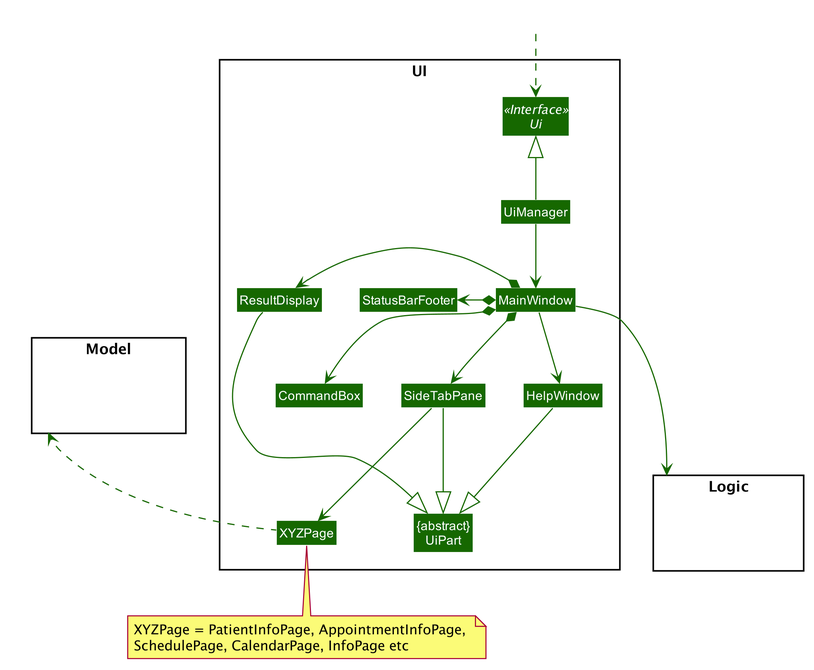
Earlier version of the PlantUML export docs/images/UiClassDiagram.png (thutahw/tp). The source it was exported from:
```plantuml
@startuml








skinparam BackgroundColor #FFFFFFF

skinparam Shadowing false

skinparam Class {
    FontColor #FFFFFF
    BorderThickness 1
    BorderColor #FFFFFF
    StereotypeFontColor #FFFFFF
    FontName Arial
}

skinparam Actor {
    BorderColor #000000
    Color #000000
    FontName Arial
}

skinparam Sequence {
    MessageAlign center
    BoxFontSize 15
    BoxPadding 0
    BoxFontColor #FFFFFF
    FontName Arial
}

skinparam Participant {
    FontColor #FFFFFFF
    Padding 20
}

skinparam MinClassWidth 50
skinparam ParticipantPadding 10
skinparam Shadowing false
skinparam DefaultTextAlignment center
skinparam packageStyle Rectangle

hide footbox
hide members
hide circle
skinparam arrowThickness 1.1
skinparam arrowColor #0E4100
skinparam classBackgroundColor #1D8900

skinparam Class {
    BorderColor BACKGROUND_COLOR
    FontColor BACKGROUND_COLOR
    BackgroundColor #166800
    StereotypeFontColor BACKGROUND_COLOR
}
skinparam ArrowColor #166800

package UI <<Rectangle>> {
Interface Ui <<Interface>>
Class "{abstract}\nUiPart" as UiPart
Class UiManager
Class MainWindow
Class HelpWindow
Class ResultDisplay
Class StatusBarFooter
Class CommandBox
Class SideTabPane
Class XYZPage
}

package Model <<Rectangle>> {
Class HiddenModel #FFFFFF
}

package Logic <<Rectangle>> {
Class HiddenLogic #FFFFFF
}

Class HiddenOutside #FFFFFF
HiddenOutside ..> Ui

Ui <|-- UiManager
UiManager --> MainWindow
MainWindow *--> SideTabPane
SideTabPane --> XYZPage
MainWindow --> HelpWindow
MainWindow *-right-> ResultDisplay
MainWindow *--> CommandBox
MainWindow *-left-> StatusBarFooter

SideTabPane --|> UiPart
HelpWindow --|> UiPart
ResultDisplay --|> UiPart

MainWindow ---> Logic
XYZPage .up.> Model

note bottom of XYZPage: XYZPage = PatientInfoPage, AppointmentInfoPage, \nSchedulePage, CalendarPage, InfoPage etc

@enduml
```
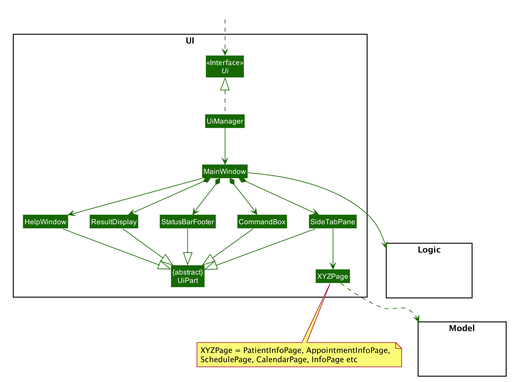
Later version of the same file.

What changed in the source:
```diff
@@ -12,10 +12,24 @@
 skinparam Shadowing false
 
 skinparam Class {
-    FontColor #FFFFFF
     BorderThickness 1
-    BorderColor #FFFFFF
-    StereotypeFontColor #FFFFFF
+        BorderColor MAIN_DARK_COLOR
+        BackgroundColor MAIN_MEDIUM_COLOR
+        AttributeFontColor MAIN_MEDIUM_DARK_COLOR
+        AttributeIconSize 0
+        StereotypeFontColor MAIN_DARK_COLOR
+        StereotypeFontStyle normal
+        FontName Arial
+}
+
+skinparam Object {
+    BorderThickness 2
+    BorderColor MAIN_DARK_COLOR
+    BackgroundColor MAIN_LIGHT_COLOR
+    AttributeFontColor MAIN_MEDIUM_DARK_COLOR
+    AttributeIconSize 0
+    StereotypeFontColor MAIN_DARK_COLOR
+    StereotypeFontStyle normal
     FontName Arial
 }
 
@@ -45,11 +59,14 @@
 skinparam packageStyle Rectangle
 
 hide footbox
-hide members
 hide circle
+
 skinparam arrowThickness 1.1
 skinparam arrowColor #0E4100
 skinparam classBackgroundColor #1D8900
+
+hide method
+hide attribute
 
 skinparam Class {
     BorderColor BACKGROUND_COLOR
@@ -83,21 +100,23 @@
 Class HiddenOutside #FFFFFF
 HiddenOutside ..> Ui
 
-Ui <|-- UiManager
+Ui <|.. UiManager
 UiManager --> MainWindow
 MainWindow *--> SideTabPane
 SideTabPane --> XYZPage
 MainWindow --> HelpWindow
-MainWindow *-right-> ResultDisplay
+MainWindow *--> ResultDisplay
 MainWindow *--> CommandBox
-MainWindow *-left-> StatusBarFooter
+MainWindow *--> StatusBarFooter
 
 SideTabPane --|> UiPart
 HelpWindow --|> UiPart
 ResultDisplay --|> UiPart
+StatusBarFooter --|> UiPart
+CommandBox --|> UiPart
 
 MainWindow ---> Logic
-XYZPage .up.> Model
+XYZPage ..> Model
 
 note bottom of XYZPage: XYZPage = PatientInfoPage, AppointmentInfoPage, \nSchedulePage, CalendarPage, InfoPage etc
 
```
